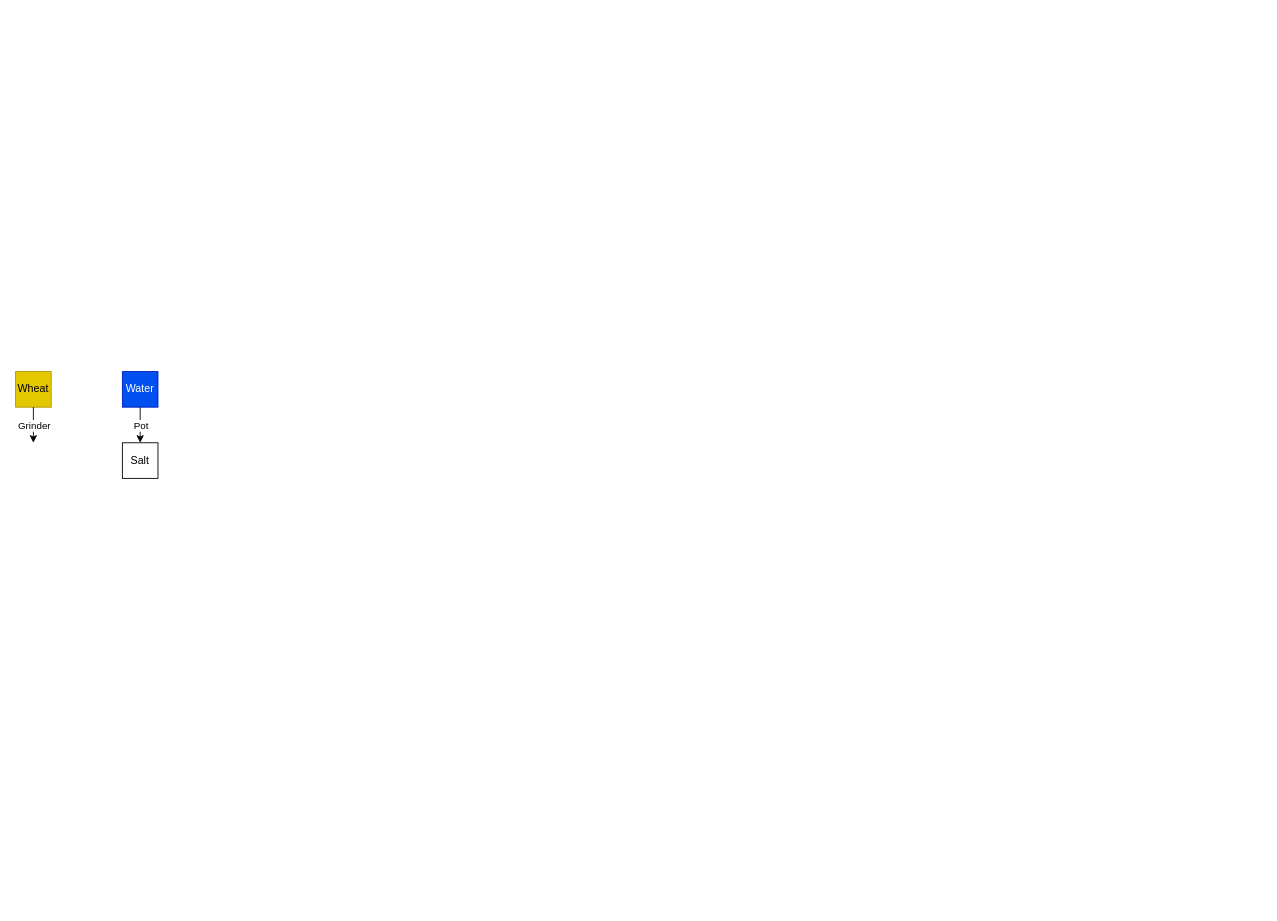
Before: Untitled Diagram.drawio in HaxtonSale1/MC_Diagrams, a draw.io diagram. Source tidied: cells renumbered, new cells numbered last; positions are measured from the earlier drawing's top-left corner, leaving out a move shared by most shapes. Both pictures are drawn from the tidied source at 89%, with x=0, y=0 at pixel (15, 371).
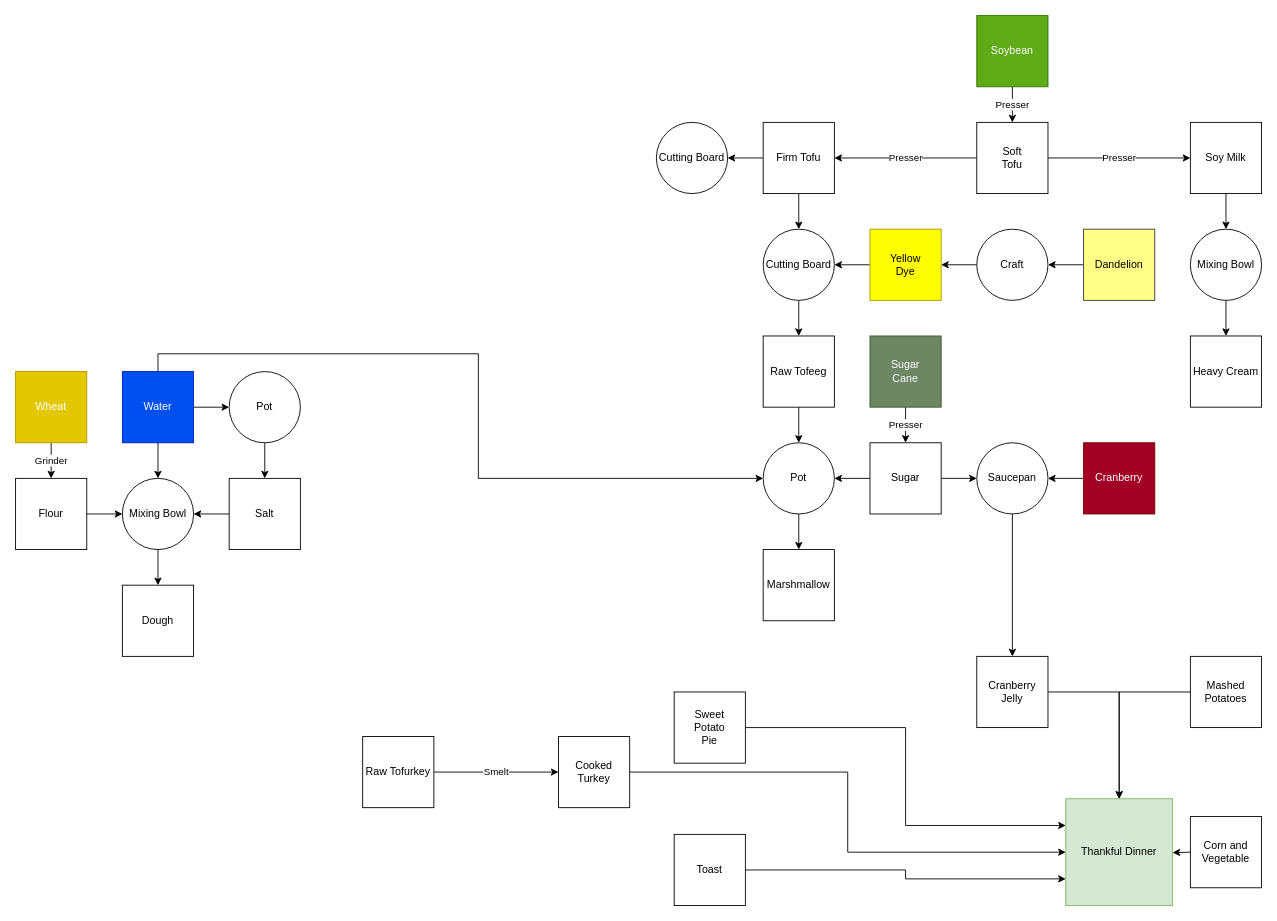
The same page after the edit.

What changed in the source:
```diff
@@
+    <mxCell id="9" style="edgeStyle=orthogonalEdgeStyle;rounded=0;jettySize=auto;html=1;entryX=0;entryY=0.5;entryDx=0;entryDy=0;fontColor=#000000;exitX=1;exitY=0.5;exitDx=0;exitDy=0;" parent="1" edge="1" source="5" target="66">
+      <mxGeometry relative="1" as="geometry" />
+    </mxCell>
+    <mxCell id="10" value="Thankful Dinner" style="whiteSpace=wrap;html=1;fillColor=#d5e8d4;strokeColor=#82b366;" parent="1" vertex="1">
+      <mxGeometry x="1180" y="480" width="120" height="120" as="geometry" />
+    </mxCell>
+    <mxCell id="11" style="edgeStyle=orthogonalEdgeStyle;rounded=0;jettySize=auto;html=1;entryX=0.5;entryY=0;entryDx=0;entryDy=0;fontColor=#000000;" parent="1" edge="1" source="12" target="10">
+      <mxGeometry relative="1" as="geometry" />
+    </mxCell>
+    <mxCell id="12" value="&lt;div&gt;Cranberry&lt;/div&gt;&lt;div&gt; Jelly&lt;/div&gt;" style="whiteSpace=wrap;html=1;fontColor=#000000;" parent="1" vertex="1">
+      <mxGeometry x="1080" y="320" width="80" height="80" as="geometry" />
+    </mxCell>
+    <mxCell id="13" style="edgeStyle=orthogonalEdgeStyle;rounded=0;jettySize=auto;html=1;entryX=0;entryY=0.25;entryDx=0;entryDy=0;fontColor=#000000;exitX=1;exitY=0.5;exitDx=0;exitDy=0;" parent="1" edge="1" source="14" target="10">
+      <mxGeometry relative="1" as="geometry" />
+    </mxCell>
+    <mxCell id="14" value="&lt;div&gt;Sweet &lt;br&gt;&lt;/div&gt;&lt;div&gt;Potato &lt;br&gt;&lt;/div&gt;&lt;div&gt;Pie&lt;/div&gt;" style="whiteSpace=wrap;html=1;fontColor=#000000;" parent="1" vertex="1">
+      <mxGeometry x="740" y="360" width="80" height="80" as="geometry" />
+    </mxCell>
+    <mxCell id="15" style="edgeStyle=orthogonalEdgeStyle;rounded=0;jettySize=auto;html=1;entryX=0;entryY=0.5;entryDx=0;entryDy=0;fontColor=#000000;" parent="1" edge="1" source="16" target="10">
+      <mxGeometry relative="1" as="geometry" />
+    </mxCell>
+    <mxCell id="16" value="&lt;div&gt;Cooked&lt;/div&gt;&lt;div&gt; Turkey&lt;/div&gt;" style="whiteSpace=wrap;html=1;fontColor=#000000;" parent="1" vertex="1">
+      <mxGeometry x="610" y="410" width="80" height="80" as="geometry" />
+    </mxCell>
+    <mxCell id="17" style="edgeStyle=orthogonalEdgeStyle;rounded=0;jettySize=auto;html=1;entryX=0;entryY=0.75;entryDx=0;entryDy=0;fontColor=#000000;" parent="1" edge="1" source="18" target="10">
+      <mxGeometry relative="1" as="geometry" />
+    </mxCell>
+    <mxCell id="18" value="Toast" style="whiteSpace=wrap;html=1;fontColor=#000000;" parent="1" vertex="1">
+      <mxGeometry x="740" y="520" width="80" height="80" as="geometry" />
+    </mxCell>
+    <mxCell id="19" style="edgeStyle=orthogonalEdgeStyle;rounded=0;jettySize=auto;html=1;fontColor=#000000;" parent="1" edge="1" source="20" target="10">
+      <mxGeometry relative="1" as="geometry" />
+    </mxCell>
+    <mxCell id="20" value="&lt;div&gt;Mashed&lt;/div&gt;&lt;div&gt; Potatoes&lt;/div&gt;" style="whiteSpace=wrap;html=1;fontColor=#000000;direction=south;" parent="1" vertex="1">
+      <mxGeometry x="1320" y="320" width="80" height="80" as="geometry" />
+    </mxCell>
+    <mxCell id="21" style="edgeStyle=orthogonalEdgeStyle;rounded=0;jettySize=auto;html=1;fontColor=#000000;" parent="1" edge="1" target="10">
+      <mxGeometry relative="1" as="geometry">
+        <mxPoint x="1320" y="540" as="sourcePoint" />
+      </mxGeometry>
+    </mxCell>
+    <mxCell id="22" value="&lt;div&gt;Corn and Vegetable&lt;br&gt;&lt;/div&gt;" style="whiteSpace=wrap;html=1;fontColor=#000000;" parent="1" vertex="1">
+      <mxGeometry x="1320" y="500" width="80" height="80" as="geometry" />
+    </mxCell>
+    <mxCell id="23" value="&lt;div&gt;Presser&lt;/div&gt;" style="edgeStyle=orthogonalEdgeStyle;rounded=0;jettySize=auto;html=1;fontColor=#000000;" parent="1" edge="1" source="24" target="27">
+      <mxGeometry relative="1" as="geometry" />
+    </mxCell>
+    <mxCell id="24" value="&lt;div&gt;Sugar&lt;/div&gt;&lt;div&gt;Cane&lt;br&gt;&lt;/div&gt;" style="whiteSpace=wrap;html=1;fillColor=#6d8764;strokeColor=#3A5431;fontColor=#ffffff;" parent="1" vertex="1">
+      <mxGeometry x="960" y="-40" width="80" height="80" as="geometry" />
+    </mxCell>
+    <mxCell id="25" style="edgeStyle=orthogonalEdgeStyle;rounded=0;jettySize=auto;html=1;fontColor=#000000;" parent="1" edge="1" source="27" target="64">
+      <mxGeometry relative="1" as="geometry" />
+    </mxCell>
+    <mxCell id="26" style="edgeStyle=orthogonalEdgeStyle;rounded=0;jettySize=auto;html=1;fontColor=#000000;" parent="1" edge="1" source="27" target="62">
+      <mxGeometry relative="1" as="geometry" />
+    </mxCell>
+    <mxCell id="27" value="&lt;div&gt;Sugar&lt;/div&gt;" style="whiteSpace=wrap;html=1;fontColor=#000000;" parent="1" vertex="1">
+      <mxGeometry x="960" y="80" width="80" height="80" as="geometry" />
+    </mxCell>
+    <mxCell id="28" value="Presser" style="edgeStyle=orthogonalEdgeStyle;rounded=0;jettySize=auto;html=1;fontColor=#000000;" parent="1" edge="1" source="29" target="32">
+      <mxGeometry relative="1" as="geometry" />
+    </mxCell>
+    <mxCell id="29" value="&lt;div&gt;Soybean&lt;/div&gt;" style="whiteSpace=wrap;html=1;fontColor=#ffffff;fillColor=#60a917;strokeColor=#2D7600;" parent="1" vertex="1">
+      <mxGeometry x="1080" y="-400" width="80" height="80" as="geometry" />
+    </mxCell>
+    <mxCell id="30" value="Presser" style="edgeStyle=orthogonalEdgeStyle;rounded=0;jettySize=auto;html=1;fontColor=#000000;" parent="1" edge="1" source="32" target="35">
+      <mxGeometry relative="1" as="geometry" />
+    </mxCell>
+    <mxCell id="31" value="Presser" style="edgeStyle=orthogonalEdgeStyle;rounded=0;jettySize=auto;html=1;entryX=0;entryY=0.5;entryDx=0;entryDy=0;fontColor=#000000;" parent="1" edge="1" source="32" target="37">
+      <mxGeometry relative="1" as="geometry" />
+    </mxCell>
+    <mxCell id="32" value="&lt;div&gt;Soft&lt;/div&gt;&lt;div&gt;Tofu&lt;br&gt;&lt;/div&gt;" style="whiteSpace=wrap;html=1;fontColor=#000000;" parent="1" vertex="1">
+      <mxGeometry x="1080" y="-280" width="80" height="80" as="geometry" />
+    </mxCell>
+    <mxCell id="33" style="edgeStyle=orthogonalEdgeStyle;rounded=0;jettySize=auto;html=1;fontColor=#000000;" parent="1" edge="1" source="35" target="50">
+      <mxGeometry relative="1" as="geometry" />
+    </mxCell>
+    <mxCell id="34" style="edgeStyle=orthogonalEdgeStyle;rounded=0;jettySize=auto;html=1;fontColor=#000000;" parent="1" edge="1" source="35" target="45">
+      <mxGeometry relative="1" as="geometry" />
+    </mxCell>
+    <mxCell id="35" value="Firm Tofu" style="whiteSpace=wrap;html=1;fontColor=#000000;" parent="1" vertex="1">
+      <mxGeometry x="840" y="-280" width="80" height="80" as="geometry" />
+    </mxCell>
+    <mxCell id="36" style="edgeStyle=orthogonalEdgeStyle;rounded=0;jettySize=auto;html=1;fontColor=#000000;" parent="1" edge="1" source="37" target="69">
+      <mxGeometry relative="1" as="geometry" />
+    </mxCell>
+    <mxCell id="37" value="Soy Milk" style="whiteSpace=wrap;html=1;fontColor=#000000;" parent="1" vertex="1">
+      <mxGeometry x="1320" y="-280" width="80" height="80" as="geometry" />
+    </mxCell>
+    <mxCell id="38" style="edgeStyle=orthogonalEdgeStyle;rounded=0;jettySize=auto;html=1;fontColor=#000000;" parent="1" edge="1" source="39" target="41">
+      <mxGeometry relative="1" as="geometry" />
+    </mxCell>
+    <mxCell id="39" value="Dandelion" style="whiteSpace=wrap;html=1;fillColor=#ffff88;strokeColor=#36393d;" parent="1" vertex="1">
+      <mxGeometry x="1200" y="-160" width="80" height="80" as="geometry" />
+    </mxCell>
+    <mxCell id="40" style="edgeStyle=orthogonalEdgeStyle;rounded=0;jettySize=auto;html=1;fontColor=#000000;" parent="1" edge="1" source="41" target="43">
+      <mxGeometry relative="1" as="geometry" />
+    </mxCell>
+    <mxCell id="41" value="Craft" style="ellipse;whiteSpace=wrap;html=1;fontColor=#000000;" parent="1" vertex="1">
+      <mxGeometry x="1080" y="-160" width="80" height="80" as="geometry" />
+    </mxCell>
+    <mxCell id="42" style="edgeStyle=orthogonalEdgeStyle;rounded=0;jettySize=auto;html=1;fontColor=#000000;" parent="1" edge="1" source="43" target="45">
+      <mxGeometry relative="1" as="geometry" />
+    </mxCell>
+    <mxCell id="43" value="&lt;div&gt;Yellow&lt;/div&gt;&lt;div&gt;Dye&lt;br&gt;&lt;/div&gt;" style="whiteSpace=wrap;html=1;strokeColor=#B09500;fillColor=#FFFF00;" parent="1" vertex="1">
+      <mxGeometry x="960" y="-160" width="80" height="80" as="geometry" />
+    </mxCell>
+    <mxCell id="44" style="edgeStyle=orthogonalEdgeStyle;rounded=0;jettySize=auto;html=1;fontColor=#000000;" parent="1" edge="1" source="45" target="47">
+      <mxGeometry relative="1" as="geometry" />
+    </mxCell>
+    <mxCell id="45" value="Cutting Board" style="ellipse;whiteSpace=wrap;html=1;" parent="1" vertex="1">
+      <mxGeometry x="840" y="-160" width="80" height="80" as="geometry" />
+    </mxCell>
+    <mxCell id="46" style="edgeStyle=orthogonalEdgeStyle;rounded=0;jettySize=auto;html=1;fontColor=#000000;" parent="1" edge="1" source="47" target="64">
+      <mxGeometry relative="1" as="geometry" />
+    </mxCell>
+    <mxCell id="47" value="Raw Tofeeg" style="whiteSpace=wrap;html=1;fontColor=#000000;fillColor=#FFFFFF;" parent="1" vertex="1">
+      <mxGeometry x="840" y="-40" width="80" height="80" as="geometry" />
+    </mxCell>
+    <mxCell id="48" value="Smelt" style="edgeStyle=orthogonalEdgeStyle;rounded=0;jettySize=auto;html=1;fontColor=#000000;" parent="1" edge="1" source="49" target="16">
+      <mxGeometry relative="1" as="geometry" />
+    </mxCell>
+    <mxCell id="49" value="Raw Tofurkey" style="whiteSpace=wrap;html=1;fillColor=#FFFFFF;fontColor=#000000;" parent="1" vertex="1">
+      <mxGeometry x="390" y="410" width="80" height="80" as="geometry" />
+    </mxCell>
+    <mxCell id="50" value="Cutting Board" style="ellipse;whiteSpace=wrap;html=1;" parent="1" vertex="1">
+      <mxGeometry x="720" y="-280" width="80" height="80" as="geometry" />
+    </mxCell>
+    <mxCell id="51" style="edgeStyle=orthogonalEdgeStyle;rounded=0;jettySize=auto;html=1;fontColor=#000000;" parent="1" edge="1" source="52" target="53">
+      <mxGeometry relative="1" as="geometry" />
+    </mxCell>
+    <mxCell id="52" value="Mixing Bowl" style="ellipse;whiteSpace=wrap;html=1;" parent="1" vertex="1">
+      <mxGeometry x="120" y="120" width="80" height="80" as="geometry" />
+    </mxCell>
+    <mxCell id="53" value="Dough" style="whiteSpace=wrap;html=1;fillColor=#FFFFFF;fontColor=#000000;" parent="1" vertex="1">
+      <mxGeometry x="120" y="240" width="80" height="80" as="geometry" />
+    </mxCell>
+    <mxCell id="54" style="edgeStyle=orthogonalEdgeStyle;rounded=0;jettySize=auto;html=1;fontColor=#000000;" parent="1" edge="1" source="55" target="62">
+      <mxGeometry relative="1" as="geometry" />
+    </mxCell>
+    <mxCell id="55" value="Cranberry" style="whiteSpace=wrap;html=1;fillColor=#a20025;fontColor=#ffffff;strokeColor=#6F0000;" parent="1" vertex="1">
+      <mxGeometry x="1200" y="80" width="80" height="80" as="geometry" />
+    </mxCell>
+    <mxCell id="4" value="Grinder" style="edgeStyle=orthogonalEdgeStyle;rounded=0;jettySize=auto;html=1;fontColor=#000000;" parent="1" edge="1" source="2" target="57">
+      <mxGeometry relative="1" as="geometry" />
+    </mxCell>
-    <mxCell id="2" value="Wheat" style="rounded=0;whiteSpace=wrap;html=1;fillColor=#e3c800;strokeColor=#B09500;" parent="1" vertex="1">
-      <mxGeometry width="40" height="40" as="geometry" />
+    <mxCell id="2" value="Wheat" style="whiteSpace=wrap;html=1;fillColor=#e3c800;fontColor=#ffffff;strokeColor=#B09500;" parent="1" vertex="1">
+      <mxGeometry width="80" height="80" as="geometry" />
     </mxCell>
-    <mxCell id="3" style="endArrow=classic;html=1;fontColor=#000000;exitX=0.5;exitY=1;exitDx=0;exitDy=0;" parent="1" edge="1" source="2">
-      <mxGeometry relative="1" as="geometry">
-        <mxPoint x="20" y="80" as="targetPoint" />
-      </mxGeometry>
-    </mxCell>
-    <mxCell id="4" value="Grinder" style="edgeLabel;html=1;align=center;verticalAlign=middle;" parent="3" vertex="1">
-      <mxGeometry relative="1" as="geometry" />
-    </mxCell>
+    <mxCell id="56" style="edgeStyle=orthogonalEdgeStyle;rounded=0;jettySize=auto;html=1;fontColor=#000000;" parent="1" edge="1" source="57" target="52">
+      <mxGeometry relative="1" as="geometry" />
+    </mxCell>
+    <mxCell id="57" value="Flour" style="whiteSpace=wrap;html=1;fillColor=#FFFFFF;fontColor=#000000;" parent="1" vertex="1">
+      <mxGeometry y="120" width="80" height="80" as="geometry" />
+    </mxCell>
+    <mxCell id="58" style="edgeStyle=orthogonalEdgeStyle;rounded=0;jettySize=auto;html=1;entryX=0;entryY=0.5;entryDx=0;entryDy=0;fontColor=#000000;exitX=0.5;exitY=0;exitDx=0;exitDy=0;" parent="1" edge="1" source="5" target="64">
+      <mxGeometry relative="1" as="geometry" />
+    </mxCell>
+    <mxCell id="59" style="edgeStyle=orthogonalEdgeStyle;rounded=0;jettySize=auto;html=1;fontColor=#000000;" parent="1" edge="1" source="5" target="52">
+      <mxGeometry relative="1" as="geometry" />
+    </mxCell>
-    <mxCell id="5" value="Water" style="rounded=0;whiteSpace=wrap;html=1;fontColor=#ffffff;fillColor=#0050ef;strokeColor=#001DBC;" parent="1" vertex="1">
-      <mxGeometry x="120" width="40" height="40" as="geometry" />
+    <mxCell id="5" value="Water" style="whiteSpace=wrap;html=1;fillColor=#0050ef;fontColor=#ffffff;strokeColor=#001DBC;" parent="1" vertex="1">
+      <mxGeometry x="120" width="80" height="80" as="geometry" />
     </mxCell>
-    <mxCell id="6" style="endArrow=classic;html=1;fontColor=#000000;exitX=0.5;exitY=1;exitDx=0;exitDy=0;" parent="1" edge="1" source="5">
-      <mxGeometry relative="1" as="geometry">
-        <mxPoint x="140" y="80" as="targetPoint" />
-      </mxGeometry>
-    </mxCell>
-    <mxCell id="7" value="Pot" style="edgeLabel;html=1;align=center;verticalAlign=middle;" parent="6" vertex="1">
-      <mxGeometry relative="1" as="geometry" />
-    </mxCell>
+    <mxCell id="60" style="edgeStyle=orthogonalEdgeStyle;rounded=0;jettySize=auto;html=1;fontColor=#000000;" parent="1" edge="1" source="8" target="52">
+      <mxGeometry relative="1" as="geometry" />
+    </mxCell>
-    <mxCell id="8" value="Salt" style="rounded=0;whiteSpace=wrap;html=1;fontColor=#000000;" parent="1" vertex="1">
-      <mxGeometry x="120" y="80" width="40" height="40" as="geometry" />
+    <mxCell id="8" value="Salt" style="whiteSpace=wrap;html=1;fillColor=#FFFFFF;fontColor=#000000;" parent="1" vertex="1">
+      <mxGeometry x="240" y="120" width="80" height="80" as="geometry" />
     </mxCell>
+    <mxCell id="61" style="edgeStyle=orthogonalEdgeStyle;rounded=0;jettySize=auto;html=1;fontColor=#000000;" parent="1" edge="1" source="62" target="12">
+      <mxGeometry relative="1" as="geometry" />
+    </mxCell>
+    <mxCell id="62" value="Saucepan" style="ellipse;whiteSpace=wrap;html=1;" parent="1" vertex="1">
+      <mxGeometry x="1080" y="80" width="80" height="80" as="geometry" />
+    </mxCell>
+    <mxCell id="63" style="edgeStyle=orthogonalEdgeStyle;rounded=0;jettySize=auto;html=1;fontColor=#000000;" parent="1" edge="1" source="64" target="67">
+      <mxGeometry relative="1" as="geometry" />
+    </mxCell>
+    <mxCell id="64" value="Pot" style="ellipse;whiteSpace=wrap;html=1;fillColor=#FFFFFF;fontColor=#000000;" parent="1" vertex="1">
+      <mxGeometry x="840" y="80" width="80" height="80" as="geometry" />
+    </mxCell>
+    <mxCell id="65" style="edgeStyle=orthogonalEdgeStyle;rounded=0;jettySize=auto;html=1;fontColor=#000000;" parent="1" edge="1" source="66" target="8">
+      <mxGeometry relative="1" as="geometry" />
+    </mxCell>
+    <mxCell id="66" value="Pot" style="ellipse;whiteSpace=wrap;html=1;fillColor=#FFFFFF;fontColor=#000000;" parent="1" vertex="1">
+      <mxGeometry x="240" width="80" height="80" as="geometry" />
+    </mxCell>
+    <mxCell id="67" value="Marshmallow" style="whiteSpace=wrap;html=1;fillColor=#FFFFFF;fontColor=#000000;" parent="1" vertex="1">
+      <mxGeometry x="840" y="200" width="80" height="80" as="geometry" />
+    </mxCell>
+    <mxCell id="68" style="edgeStyle=orthogonalEdgeStyle;rounded=0;jettySize=auto;html=1;fontColor=#000000;" parent="1" edge="1" source="69" target="70">
+      <mxGeometry relative="1" as="geometry" />
+    </mxCell>
+    <mxCell id="69" value="Mixing Bowl" style="ellipse;whiteSpace=wrap;html=1;fillColor=#FFFFFF;fontColor=#000000;" parent="1" vertex="1">
+      <mxGeometry x="1320" y="-160" width="80" height="80" as="geometry" />
+    </mxCell>
+    <mxCell id="70" value="Heavy Cream" style="whiteSpace=wrap;html=1;fillColor=#FFFFFF;fontColor=#000000;" parent="1" vertex="1">
+      <mxGeometry x="1320" y="-40" width="80" height="80" as="geometry" />
+    </mxCell>
```
